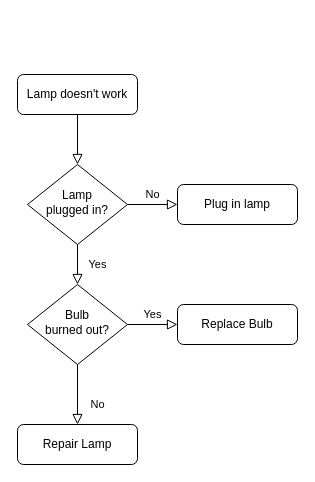
Before: 未命名绘图.drawio in Erica-Iris/DrawIO, a draw.io diagram. Source tidied: cells renumbered, new cells numbered last; positions are measured from the earlier drawing's top-left corner, leaving out a move shared by most shapes. Both pictures are drawn from the tidied source at 100%, with x=0, y=0 at pixel (17, 74).
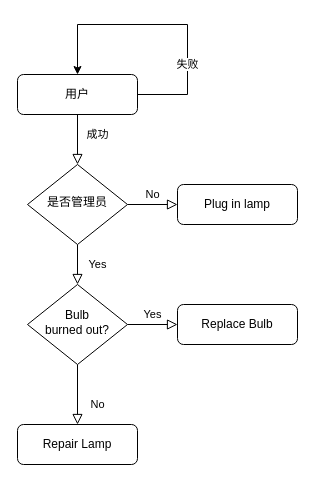
After the change.

Commit message:
更新未命名绘图.drawio

The edit, as a diff of the source:
```diff
@@
 <mxGraphModel>
   <root>
     <mxCell id="0" />
     <mxCell id="1" parent="0" />
-    <mxCell id="2" style="rounded=0;html=1;jettySize=auto;fontSize=11;endArrow=block;endFill=0;endSize=8;strokeWidth=1;shadow=0;labelBackgroundColor=none;edgeStyle=orthogonalEdgeStyle;" parent="1" edge="1" source="3" target="6">
-      <mxGeometry relative="1" as="geometry" />
+    <mxCell id="2" value="成功" style="rounded=0;html=1;jettySize=auto;fontSize=11;endArrow=block;endFill=0;endSize=8;strokeWidth=1;shadow=0;labelBackgroundColor=none;edgeStyle=orthogonalEdgeStyle;" parent="1" edge="1" source="3" target="6">
+      <mxGeometry x="-0.2" y="20" relative="1" as="geometry" />
     </mxCell>
-    <mxCell id="3" value="Lamp doesn't work" style="rounded=1;whiteSpace=wrap;html=1;fontSize=12;glass=0;strokeWidth=1;shadow=0;" parent="1" vertex="1">
+    <mxCell id="3" value="用户" style="rounded=1;whiteSpace=wrap;html=1;fontSize=12;glass=0;strokeWidth=1;shadow=0;" parent="1" vertex="1">
       <mxGeometry width="120" height="40" as="geometry" />
     </mxCell>
     <mxCell id="4" value="Yes" style="rounded=0;html=1;jettySize=auto;fontSize=11;endArrow=block;endFill=0;endSize=8;strokeWidth=1;shadow=0;labelBackgroundColor=none;edgeStyle=orthogonalEdgeStyle;" parent="1" edge="1" source="6" target="10">
       <mxGeometry y="20" relative="1" as="geometry" />
     </mxCell>
     <mxCell id="5" value="No" style="edgeStyle=orthogonalEdgeStyle;rounded=0;html=1;jettySize=auto;fontSize=11;endArrow=block;endFill=0;endSize=8;strokeWidth=1;shadow=0;labelBackgroundColor=none;" parent="1" edge="1" source="6" target="7">
       <mxGeometry y="10" relative="1" as="geometry" />
     </mxCell>
-    <mxCell id="6" value="Lamp&lt;br&gt;plugged in?" style="rhombus;whiteSpace=wrap;html=1;shadow=0;fontFamily=Helvetica;fontSize=12;align=center;strokeWidth=1;spacing=6;spacingTop=-4;" parent="1" vertex="1">
+    <mxCell id="6" value="是否管理员" style="rhombus;whiteSpace=wrap;html=1;shadow=0;fontFamily=Helvetica;fontSize=12;align=center;strokeWidth=1;spacing=6;spacingTop=-4;" parent="1" vertex="1">
       <mxGeometry x="10" y="90" width="100" height="80" as="geometry" />
     </mxCell>
     <mxCell id="7" value="Plug in lamp" style="rounded=1;whiteSpace=wrap;html=1;fontSize=12;glass=0;strokeWidth=1;shadow=0;" parent="1" vertex="1">
       <mxGeometry x="160" y="110" width="120" height="40" as="geometry" />
     </mxCell>
     <mxCell id="8" value="No" style="rounded=0;html=1;jettySize=auto;fontSize=11;endArrow=block;endFill=0;endSize=8;strokeWidth=1;shadow=0;labelBackgroundColor=none;edgeStyle=orthogonalEdgeStyle;" parent="1" edge="1" source="10" target="11">
       <mxGeometry x="0.33" y="20" relative="1" as="geometry" />
     </mxCell>
     <mxCell id="9" value="Yes" style="edgeStyle=orthogonalEdgeStyle;rounded=0;html=1;jettySize=auto;fontSize=11;endArrow=block;endFill=0;endSize=8;strokeWidth=1;shadow=0;labelBackgroundColor=none;" parent="1" edge="1" source="10" target="12">
       <mxGeometry y="10" relative="1" as="geometry" />
     </mxCell>
     <mxCell id="10" value="Bulb&lt;br&gt;burned out?" style="rhombus;whiteSpace=wrap;html=1;shadow=0;fontFamily=Helvetica;fontSize=12;align=center;strokeWidth=1;spacing=6;spacingTop=-4;" parent="1" vertex="1">
       <mxGeometry x="10" y="210" width="100" height="80" as="geometry" />
     </mxCell>
     <mxCell id="11" value="Repair Lamp" style="rounded=1;whiteSpace=wrap;html=1;fontSize=12;glass=0;strokeWidth=1;shadow=0;" parent="1" vertex="1">
       <mxGeometry y="350" width="120" height="40" as="geometry" />
     </mxCell>
     <mxCell id="12" value="Replace Bulb" style="rounded=1;whiteSpace=wrap;html=1;fontSize=12;glass=0;strokeWidth=1;shadow=0;" parent="1" vertex="1">
       <mxGeometry x="160" y="230" width="120" height="40" as="geometry" />
     </mxCell>
+    <mxCell id="13" value="失败" style="edgeStyle=orthogonalEdgeStyle;rounded=0;orthogonalLoop=1;jettySize=auto;html=1;exitX=1;exitY=0.5;exitDx=0;exitDy=0;entryX=0.5;entryY=0;entryDx=0;entryDy=0;" parent="1" edge="1" source="3" target="3">
+      <mxGeometry x="-0.43" relative="1" as="geometry">
+        <Array as="points">
+          <mxPoint x="170" y="20" />
+          <mxPoint x="170" y="-50" />
+          <mxPoint x="60" y="-50" />
+        </Array>
+      </mxGeometry>
+    </mxCell>
   </root>
 </mxGraphModel>
```
